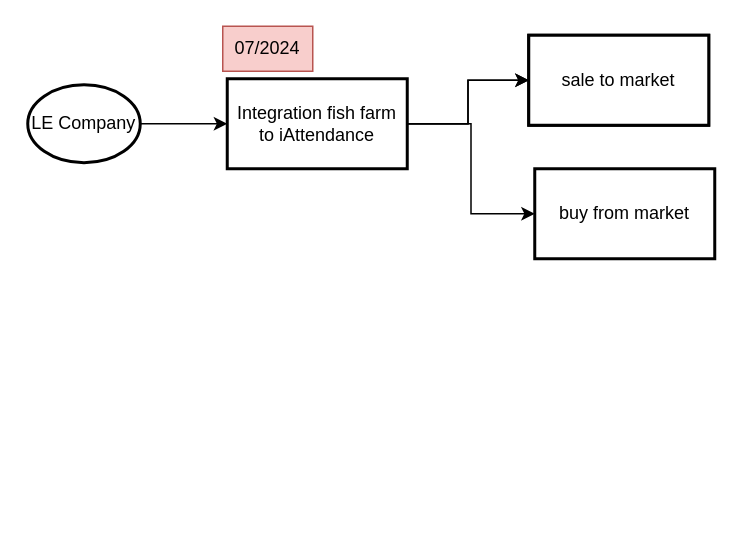
letrthang/design keeps this draw.io diagram as Le_company_plan_2024.drawio. Above is the earlier version. Source tidied: cells renumbered, new cells numbered last; positions are measured from the earlier drawing's top-left corner, leaving out a move shared by most shapes. Both pictures are drawn from the tidied source at 150%, with x=0, y=0 at pixel (27, 26).
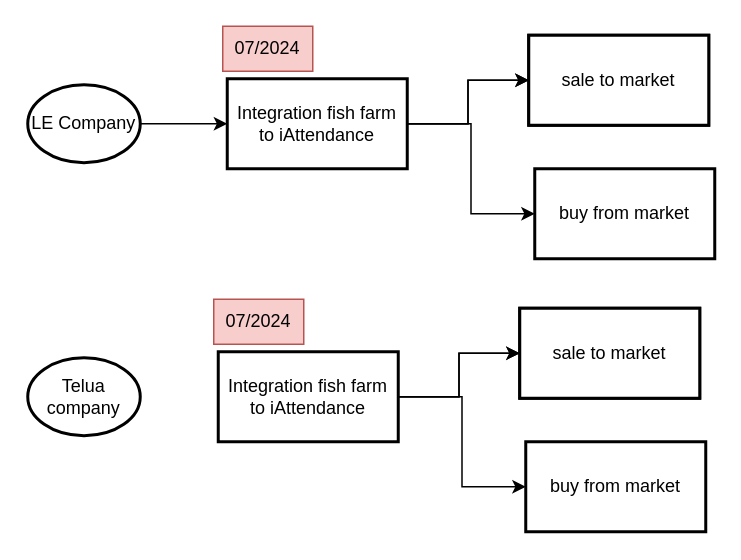
Above is the later version.

The edit, as a diff of the source:
```diff
@@
+    <mxCell id="12" value="Telua company" style="strokeWidth=2;html=1;shape=mxgraph.flowchart.start_2;whiteSpace=wrap;" parent="1" vertex="1">
+      <mxGeometry y="221" width="75" height="52" as="geometry" />
+    </mxCell>
+    <mxCell id="13" style="edgeStyle=orthogonalEdgeStyle;rounded=0;jettySize=auto;html=1;" parent="1" edge="1" source="16" target="18">
+      <mxGeometry relative="1" as="geometry" />
+    </mxCell>
+    <mxCell id="14" style="edgeStyle=orthogonalEdgeStyle;rounded=0;jettySize=auto;html=1;" parent="1" edge="1" source="16" target="18">
+      <mxGeometry relative="1" as="geometry" />
+    </mxCell>
+    <mxCell id="15" style="edgeStyle=orthogonalEdgeStyle;rounded=0;jettySize=auto;html=1;entryX=0;entryY=0.5;entryDx=0;entryDy=0;" parent="1" edge="1" source="16" target="20">
+      <mxGeometry relative="1" as="geometry" />
+    </mxCell>
+    <mxCell id="16" value="Integration fish farm to iAttendance" style="whiteSpace=wrap;html=1;strokeWidth=2;" parent="1" vertex="1">
+      <mxGeometry x="127" y="217" width="120" height="60" as="geometry" />
+    </mxCell>
+    <mxCell id="17" value="07/2024" style="text;strokeColor=#b85450;align=center;fillColor=#f8cecc;html=1;verticalAlign=middle;whiteSpace=wrap;rounded=0;" parent="1" vertex="1">
+      <mxGeometry x="124" y="182" width="60" height="30" as="geometry" />
+    </mxCell>
+    <mxCell id="18" style="whiteSpace=wrap;html=1;strokeWidth=2;" parent="1" vertex="1">
+      <mxGeometry x="328" y="188" width="120" height="60" as="geometry" />
+    </mxCell>
+    <mxCell id="19" value="sale to market" style="whiteSpace=wrap;html=1;strokeWidth=2;" parent="1" vertex="1">
+      <mxGeometry x="328" y="188" width="120" height="60" as="geometry" />
+    </mxCell>
+    <mxCell id="20" value="buy from market" style="whiteSpace=wrap;html=1;strokeWidth=2;" parent="1" vertex="1">
+      <mxGeometry x="332" y="277" width="120" height="60" as="geometry" />
+    </mxCell>
```
